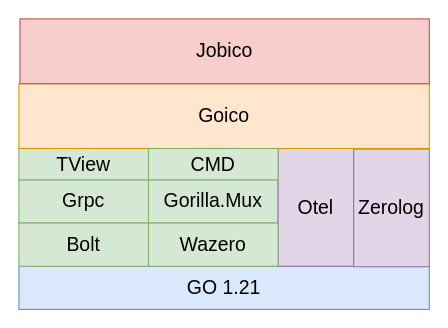
andrescosta/jobico-fn keeps this draw.io diagram as page "Page-2" (2 of 3) of docs/Jobico.drawio. Above is the earlier version. Source tidied: cells renumbered, new cells numbered last; positions are measured from the earlier drawing's top-left corner, leaving out a move shared by most shapes. Both pictures are drawn from the tidied source at 108%, with x=0, y=0 at pixel (18, 18).
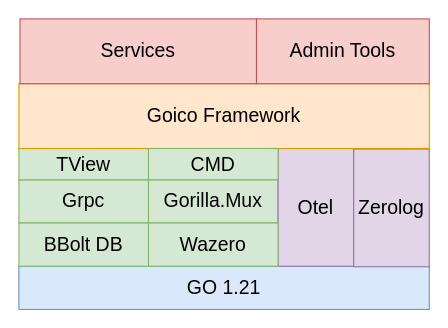
The same page after the edit.

What changed in the source:
```diff
@@
 <mxGraphModel>
   <root>
     <mxCell id="0" />
     <mxCell id="1" parent="0" />
     <mxCell id="2" value="GO 1.21" style="rounded=0;whiteSpace=wrap;html=1;fillColor=#dae8fc;strokeColor=#6c8ebf;fontSize=18;fontFamily=Helvetica;fontStyle=0;" parent="1" vertex="1">
       <mxGeometry y="229" width="380" height="40" as="geometry" />
     </mxCell>
     <mxCell id="3" value="Grpc" style="rounded=0;whiteSpace=wrap;html=1;fillColor=#d5e8d4;strokeColor=#82b366;fontSize=18;fontFamily=Helvetica;fontStyle=0;" parent="1" vertex="1">
       <mxGeometry y="149" width="120" height="40" as="geometry" />
     </mxCell>
     <mxCell id="4" value="Gorilla.Mux" style="rounded=0;whiteSpace=wrap;html=1;fillColor=#d5e8d4;strokeColor=#82b366;fontSize=18;fontFamily=Helvetica;fontStyle=0;" parent="1" vertex="1">
       <mxGeometry x="120" y="149" width="120" height="40" as="geometry" />
     </mxCell>
-    <mxCell id="5" value="Bolt" style="rounded=0;whiteSpace=wrap;html=1;fillColor=#d5e8d4;strokeColor=#82b366;fontSize=18;fontFamily=Helvetica;fontStyle=0;" parent="1" vertex="1">
+    <mxCell id="5" value="BBolt DB" style="rounded=0;whiteSpace=wrap;html=1;fillColor=#d5e8d4;strokeColor=#82b366;fontSize=18;fontFamily=Helvetica;fontStyle=0;" parent="1" vertex="1">
       <mxGeometry y="189" width="120" height="40" as="geometry" />
     </mxCell>
     <mxCell id="6" value="Otel" style="rounded=0;whiteSpace=wrap;html=1;fillColor=#e1d5e7;strokeColor=#9673a6;fontSize=18;fontFamily=Helvetica;fontStyle=0;" parent="1" vertex="1">
       <mxGeometry x="240" y="120" width="70" height="109" as="geometry" />
     </mxCell>
     <mxCell id="7" value="Zerolog" style="rounded=0;whiteSpace=wrap;html=1;fillColor=#e1d5e7;strokeColor=#9673a6;fontSize=18;fontFamily=Helvetica;fontStyle=0;" parent="1" vertex="1">
       <mxGeometry x="310" y="120.5" width="70" height="109" as="geometry" />
     </mxCell>
     <mxCell id="8" value="Wazero" style="rounded=0;whiteSpace=wrap;html=1;fillColor=#d5e8d4;strokeColor=#82b366;fontSize=18;fontFamily=Helvetica;fontStyle=0;" parent="1" vertex="1">
       <mxGeometry x="120" y="189" width="120" height="40" as="geometry" />
     </mxCell>
     <mxCell id="9" value="TView" style="rounded=0;whiteSpace=wrap;html=1;fillColor=#d5e8d4;strokeColor=#82b366;fontSize=18;fontFamily=Helvetica;fontStyle=0;" parent="1" vertex="1">
       <mxGeometry y="120" width="120" height="29" as="geometry" />
     </mxCell>
-    <mxCell id="10" value="Goico" style="rounded=0;whiteSpace=wrap;html=1;fillColor=#ffe6cc;strokeColor=#d79b00;fontSize=18;fontFamily=Helvetica;fontStyle=0;" parent="1" vertex="1">
+    <mxCell id="10" value="Goico Framework" style="rounded=0;whiteSpace=wrap;html=1;fillColor=#ffe6cc;strokeColor=#d79b00;fontSize=18;fontFamily=Helvetica;fontStyle=0;" parent="1" vertex="1">
       <mxGeometry y="60" width="380" height="60" as="geometry" />
     </mxCell>
-    <mxCell id="11" value="Jobico" style="rounded=0;whiteSpace=wrap;html=1;fillColor=#f8cecc;strokeColor=#b85450;fontSize=18;fontFamily=Helvetica;fontStyle=0;" parent="1" vertex="1">
-      <mxGeometry x="1" width="379" height="60" as="geometry" />
+    <mxCell id="11" value="Services" style="rounded=0;whiteSpace=wrap;html=1;fillColor=#f8cecc;strokeColor=#b85450;fontSize=18;fontFamily=Helvetica;fontStyle=0;" parent="1" vertex="1">
+      <mxGeometry x="1" width="219" height="60" as="geometry" />
     </mxCell>
     <mxCell id="12" value="CMD" style="rounded=0;whiteSpace=wrap;html=1;fillColor=#d5e8d4;strokeColor=#82b366;fontSize=18;fontFamily=Helvetica;fontStyle=0;" parent="1" vertex="1">
       <mxGeometry x="120" y="120" width="120" height="29" as="geometry" />
     </mxCell>
+    <mxCell id="13" value="Admin Tools" style="rounded=0;whiteSpace=wrap;html=1;fillColor=#f8cecc;strokeColor=#b85450;fontSize=18;fontFamily=Helvetica;fontStyle=0;" parent="1" vertex="1">
+      <mxGeometry x="220" width="160" height="60" as="geometry" />
+    </mxCell>
   </root>
 </mxGraphModel>
```
